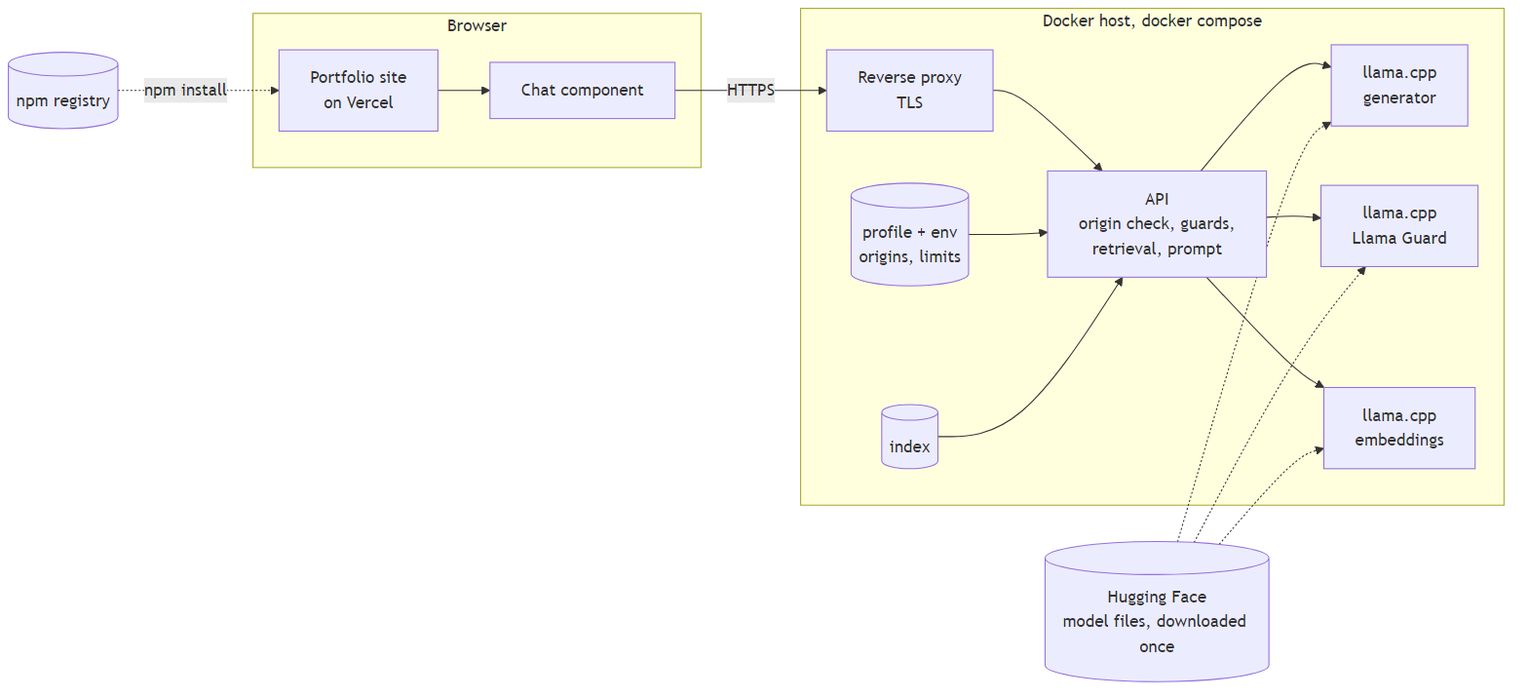
This is docs/learn/images/sd-06-containers.png from markbarbuto/vitae-ai, a Mermaid export, as it was before one commit. Its source is kept beside it as docs/learn/diagrams/sd-06-containers.mmd. Source of this version:
```mermaid
flowchart LR
  subgraph Browser
    Host["Portfolio site<br/>on Vercel"] --> Chat["Chat component"]
  end
  subgraph Server["Docker host, docker compose"]
    Proxy["Reverse proxy<br/>TLS"] --> API["API<br/>origin check, guards,<br/>retrieval, prompt"]
    API --> GenS["llama.cpp<br/>generator"]
    API --> GuardS["llama.cpp<br/>Llama Guard"]
    API --> EmbS["llama.cpp<br/>embeddings"]
    Config[("profile + env<br/>origins, limits")] --> API
    Index[("index")] --> API
  end
  Chat -->|"HTTPS"| Proxy
  HF[("Hugging Face<br/>model files, downloaded once")] -.-> GenS
  HF -.-> GuardS
  HF -.-> EmbS
  NPM[("npm registry")] -.->|"npm install"| Host
```
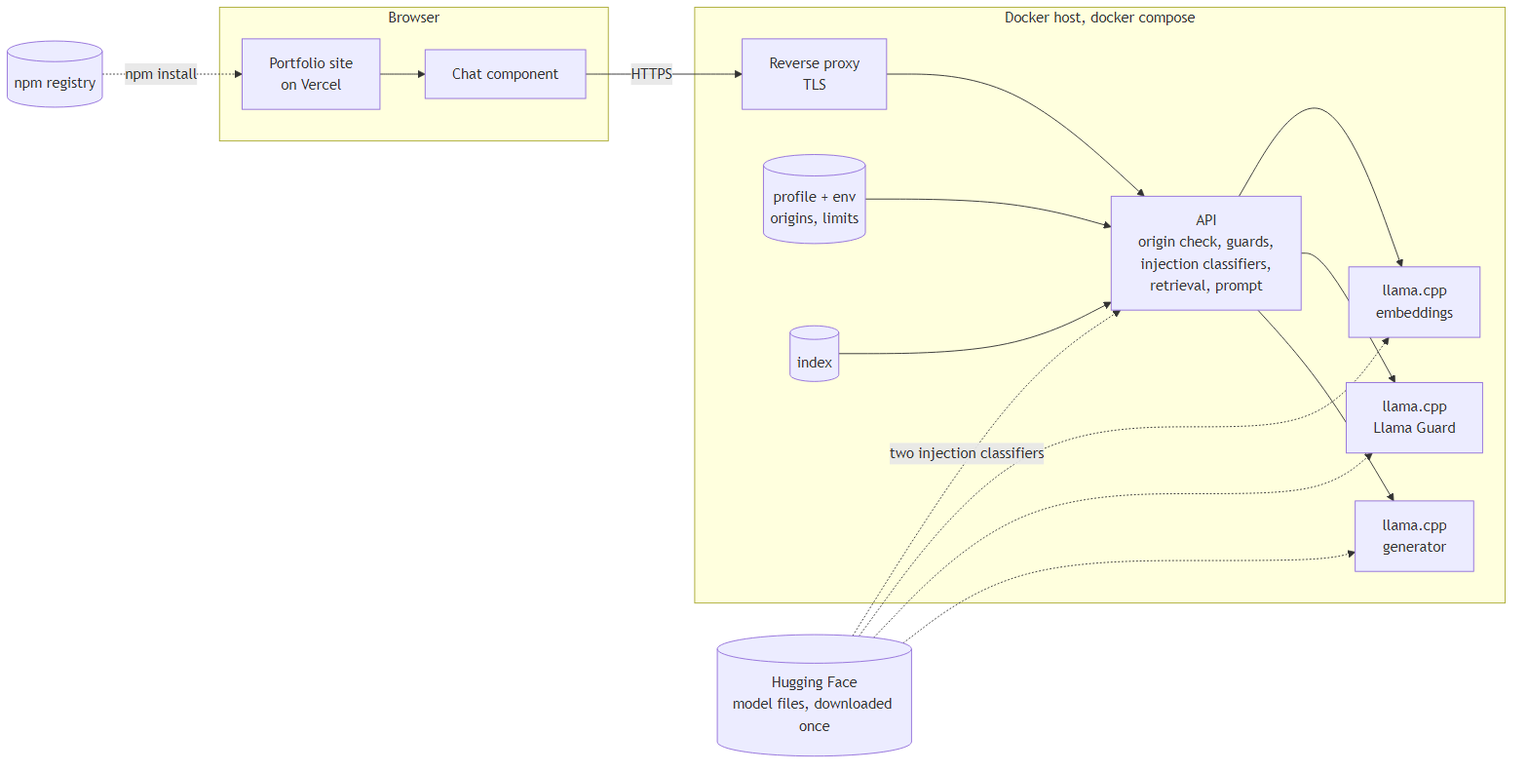
The same file after the commit.

The edit, as a diff of the source:
```diff
@@ -3,7 +3,7 @@
     Host["Portfolio site<br/>on Vercel"] --> Chat["Chat component"]
   end
   subgraph Server["Docker host, docker compose"]
-    Proxy["Reverse proxy<br/>TLS"] --> API["API<br/>origin check, guards,<br/>retrieval, prompt"]
+    Proxy["Reverse proxy<br/>TLS"] --> API["API<br/>origin check, guards,<br/>injection classifiers,<br/>retrieval, prompt"]
     API --> GenS["llama.cpp<br/>generator"]
     API --> GuardS["llama.cpp<br/>Llama Guard"]
     API --> EmbS["llama.cpp<br/>embeddings"]
@@ -14,4 +14,5 @@
   HF[("Hugging Face<br/>model files, downloaded once")] -.-> GenS
   HF -.-> GuardS
   HF -.-> EmbS
+  HF -.->|"two injection classifiers"| API
   NPM[("npm registry")] -.->|"npm install"| Host
```
